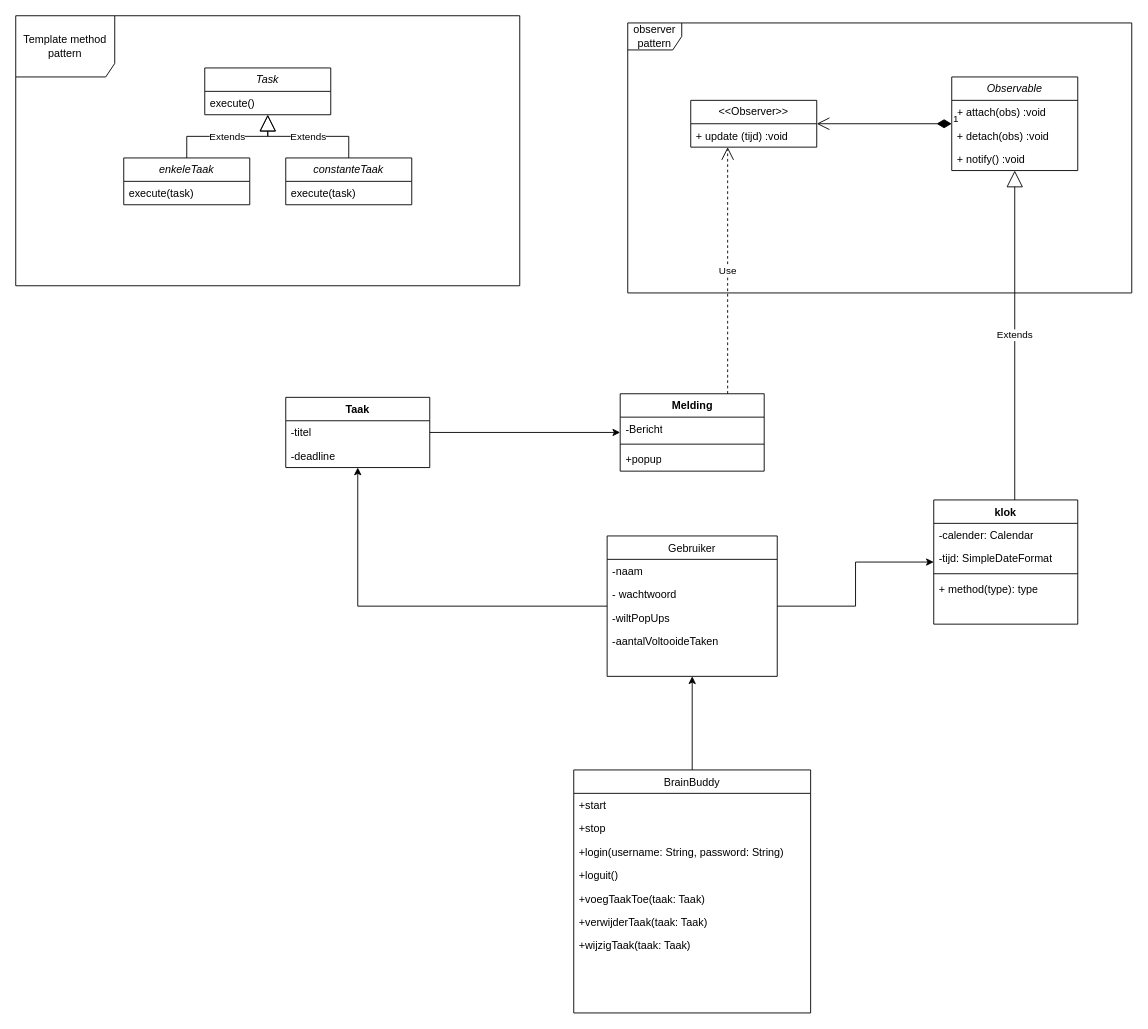
Earlier version of the draw.io diagram OPT3-2023/documentation/Untitled Diagram.drawio (jipiekaye/OPT3-2023). Source tidied: cells renumbered, new cells numbered last; positions are measured from the earlier drawing's top-left corner, leaving out a move shared by most shapes. Both pictures are drawn from the tidied source at 90%, with x=0, y=0 at pixel (15, 15).
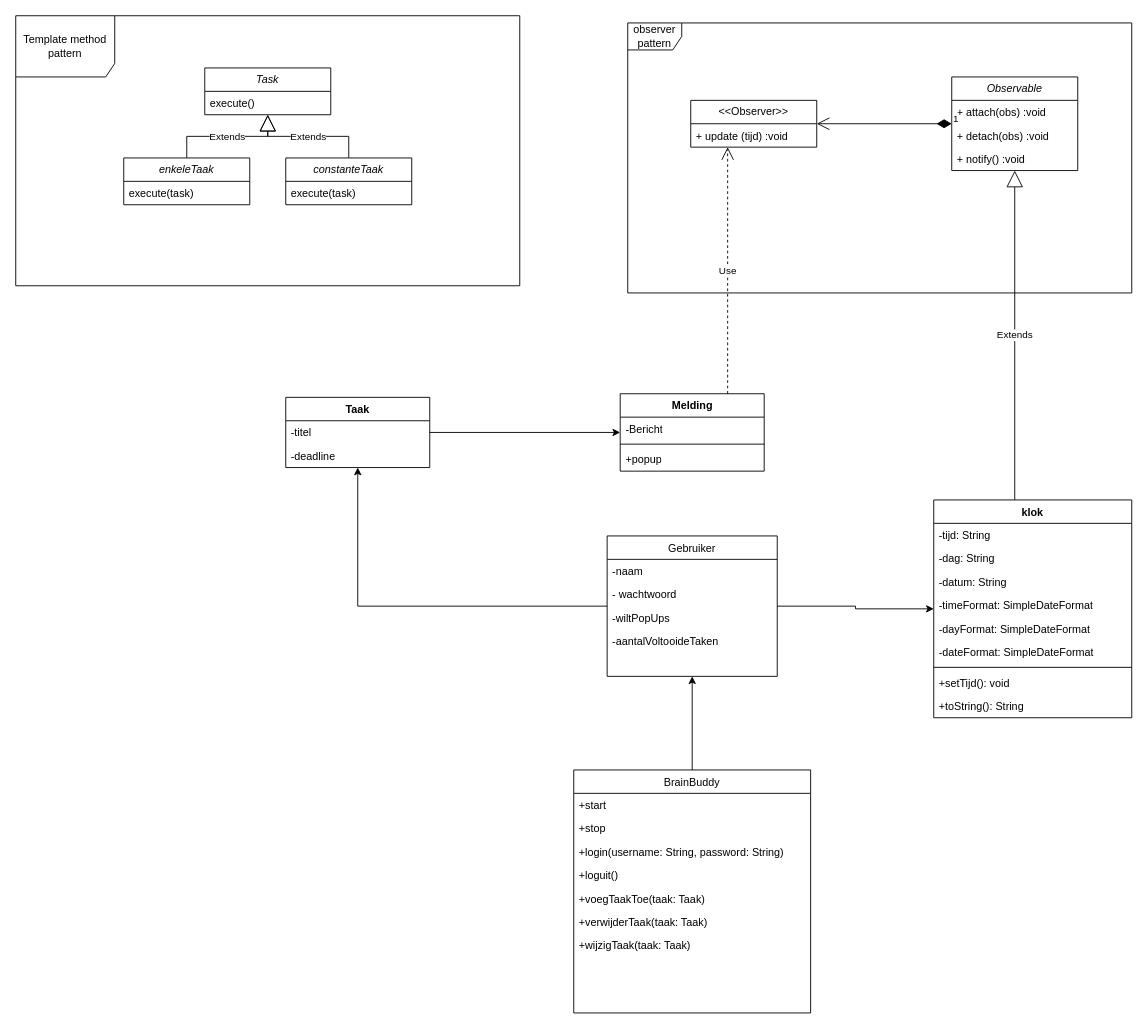
The same page after the edit.

Change to the diagram source:
```diff
@@
     <mxCell id="46" value="klok" style="swimlane;fontStyle=1;align=center;verticalAlign=top;horizontal=1;startSize=26;whiteSpace=wrap;html=1;" parent="1" vertex="1">
-      <mxGeometry x="1020" y="538" width="160" height="138" as="geometry" />
+      <mxGeometry x="1020" y="538" width="220" height="242" as="geometry" />
     </mxCell>
-    <mxCell id="47" value="-calender: Calendar" style="text;strokeColor=none;fillColor=none;align=left;verticalAlign=top;spacingLeft=4;spacingRight=4;overflow=hidden;whiteSpace=wrap;html=1;" parent="46" vertex="1">
-      <mxGeometry y="26" width="160" height="26" as="geometry" />
-    </mxCell>
-    <mxCell id="48" value="-tijd: SimpleDateFormat" style="text;strokeColor=none;fillColor=none;align=left;verticalAlign=top;spacingLeft=4;spacingRight=4;overflow=hidden;whiteSpace=wrap;html=1;" parent="46" vertex="1">
-      <mxGeometry y="52" width="160" height="26" as="geometry" />
+    <mxCell id="48" value="-tijd: String" style="text;strokeColor=none;fillColor=none;align=left;verticalAlign=top;spacingLeft=4;spacingRight=4;overflow=hidden;whiteSpace=wrap;html=1;" parent="46" vertex="1">
+      <mxGeometry y="26" width="220" height="26" as="geometry" />
     </mxCell>
+    <mxCell id="54" value="-dag: String" style="text;strokeColor=none;fillColor=none;align=left;verticalAlign=top;spacingLeft=4;spacingRight=4;overflow=hidden;whiteSpace=wrap;html=1;" parent="46" vertex="1">
+      <mxGeometry y="52" width="220" height="26" as="geometry" />
+    </mxCell>
+    <mxCell id="55" value="-datum: String" style="text;strokeColor=none;fillColor=none;align=left;verticalAlign=top;spacingLeft=4;spacingRight=4;overflow=hidden;whiteSpace=wrap;html=1;" parent="46" vertex="1">
+      <mxGeometry y="78" width="220" height="26" as="geometry" />
+    </mxCell>
+    <mxCell id="56" value="-timeFormat: SimpleDateFormat" style="text;strokeColor=none;fillColor=none;align=left;verticalAlign=top;spacingLeft=4;spacingRight=4;overflow=hidden;whiteSpace=wrap;html=1;" parent="46" vertex="1">
+      <mxGeometry y="104" width="220" height="26" as="geometry" />
+    </mxCell>
+    <mxCell id="57" value="-dayFormat: SimpleDateFormat" style="text;strokeColor=none;fillColor=none;align=left;verticalAlign=top;spacingLeft=4;spacingRight=4;overflow=hidden;whiteSpace=wrap;html=1;" parent="46" vertex="1">
+      <mxGeometry y="130" width="220" height="26" as="geometry" />
+    </mxCell>
+    <mxCell id="58" value="-dateFormat: SimpleDateFormat" style="text;strokeColor=none;fillColor=none;align=left;verticalAlign=top;spacingLeft=4;spacingRight=4;overflow=hidden;whiteSpace=wrap;html=1;" parent="46" vertex="1">
+      <mxGeometry y="156" width="220" height="26" as="geometry" />
+    </mxCell>
     <mxCell id="49" style="line;strokeWidth=1;fillColor=none;align=left;verticalAlign=middle;spacingTop=-1;spacingLeft=3;spacingRight=3;labelPosition=right;strokeColor=inherit;" parent="46" vertex="1">
-      <mxGeometry y="78" width="160" height="8" as="geometry" />
+      <mxGeometry y="182" width="220" height="8" as="geometry" />
     </mxCell>
-    <mxCell id="50" value="+ method(type): type" style="text;strokeColor=none;fillColor=none;align=left;verticalAlign=top;spacingLeft=4;spacingRight=4;overflow=hidden;whiteSpace=wrap;html=1;" parent="46" vertex="1">
-      <mxGeometry y="86" width="160" height="26" as="geometry" />
+    <mxCell id="50" value="+setTijd(): void" style="text;strokeColor=none;fillColor=none;align=left;verticalAlign=top;spacingLeft=4;spacingRight=4;overflow=hidden;whiteSpace=wrap;html=1;" parent="46" vertex="1">
+      <mxGeometry y="190" width="220" height="26" as="geometry" />
     </mxCell>
-    <mxCell id="51" style="text;strokeColor=none;fillColor=none;align=left;verticalAlign=top;spacingLeft=4;spacingRight=4;overflow=hidden;whiteSpace=wrap;html=1;" parent="46" vertex="1">
-      <mxGeometry y="112" width="160" height="26" as="geometry" />
+    <mxCell id="51" value="+toString(): String" style="text;strokeColor=none;fillColor=none;align=left;verticalAlign=top;spacingLeft=4;spacingRight=4;overflow=hidden;whiteSpace=wrap;html=1;" parent="46" vertex="1">
+      <mxGeometry y="216" width="220" height="26" as="geometry" />
     </mxCell>
```
